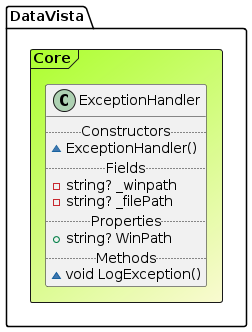
This is Resources/Documents/Class Diagrams/ExceptionHandler.png from grimy86/DataVista, a PlantUML export, as it was before one commit. The source it was exported from:
```plantuml
@startuml

Frame DataVista.Core #GreenYellow/LightGoldenRodYellow{
class ExceptionHandler {
.. Constructors ..
~ExceptionHandler()
.. Fields ..
-string? _winpath
-string? _filePath
.. Properties ..
+ string? WinPath
.. Methods ..
~void LogException()
}
}
@enduml
```
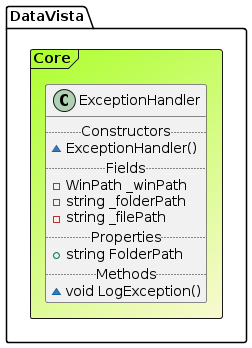
After the commit.

Commit message:
- converted WinPath properties into a SpecialFolderType Enum

Change to the diagram source:
```diff
@@ -5,10 +5,11 @@
 .. Constructors ..
 ~ExceptionHandler()
 .. Fields ..
--string? _winpath
--string? _filePath
+-WinPath _winPath
+-string _folderPath
+-string _filePath
 .. Properties ..
-+ string? WinPath
++ string FolderPath
 .. Methods ..
 ~void LogException()
 }
```
